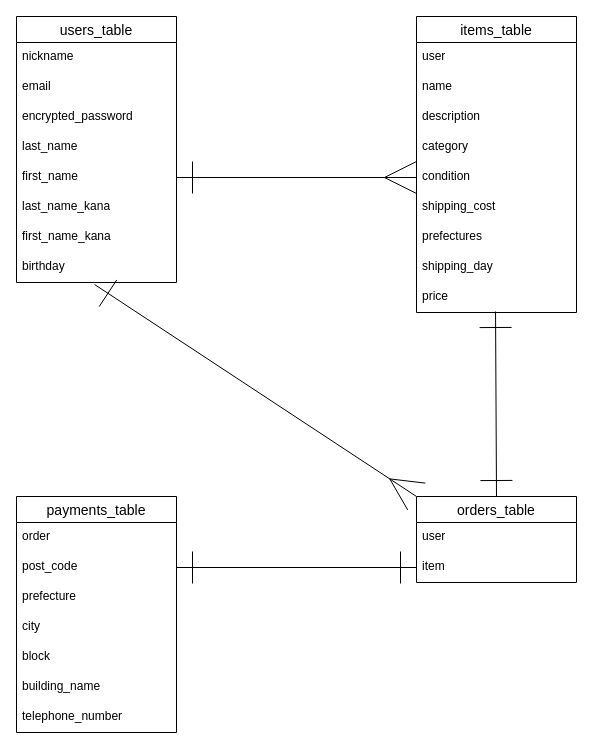
mymai8/furima-38921 keeps this draw.io diagram as er.dio. Above is the earlier version. Source tidied: cells renumbered, new cells numbered last; positions are measured from the earlier drawing's top-left corner, leaving out a move shared by most shapes. Both pictures are drawn from the tidied source at 100%, with x=0, y=0 at pixel (16, 16).
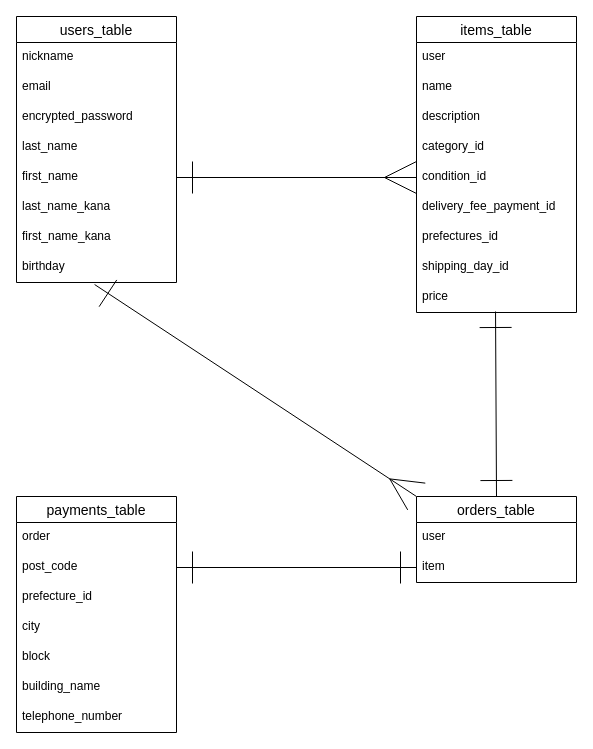
Above is the later version.

Commit message (it also covers changes not shown here):
ED図・READMEの修正3

The change refers to these unchanged cells:
```xml
<mxCell id="11" value="items_table" style="swimlane;fontStyle=0;horizontal=1;startSize=26;align=center;fontSize=14;" parent="1" vertex="1">
  <mxGeometry x="400" width="160" height="296" as="geometry" />
</mxCell>
<mxCell id="22" value="payments_table" style="swimlane;fontStyle=0;horizontal=1;startSize=26;align=center;fontSize=14;" parent="1" vertex="1">
  <mxGeometry y="480" width="160" height="236" as="geometry" />
</mxCell>
```

Change to the diagram source:
```diff
@@
-    <mxCell id="15" value="category" style="text;strokeColor=none;fillColor=none;spacingLeft=4;spacingRight=4;overflow=hidden;fontSize=12;" parent="11" vertex="1">
+    <mxCell id="15" value="category_id" style="text;strokeColor=none;fillColor=none;spacingLeft=4;spacingRight=4;overflow=hidden;fontSize=12;" parent="11" vertex="1">
       <mxGeometry y="116" width="160" height="30" as="geometry" />
     </mxCell>
-    <mxCell id="16" value="condition" style="text;strokeColor=none;fillColor=none;spacingLeft=4;spacingRight=4;overflow=hidden;points=[[0,0.5],[1,0.5]];portConstraint=eastwest;fontSize=12;" parent="11" vertex="1">
+    <mxCell id="16" value="condition_id" style="text;strokeColor=none;fillColor=none;spacingLeft=4;spacingRight=4;overflow=hidden;points=[[0,0.5],[1,0.5]];portConstraint=eastwest;fontSize=12;" parent="11" vertex="1">
       <mxGeometry y="146" width="160" height="30" as="geometry" />
     </mxCell>
-    <mxCell id="17" value="shipping_cost" style="text;strokeColor=none;fillColor=none;spacingLeft=4;spacingRight=4;overflow=hidden;fontSize=12;" parent="11" vertex="1">
+    <mxCell id="17" value="delivery_fee_payment_id" style="text;strokeColor=none;fillColor=none;spacingLeft=4;spacingRight=4;overflow=hidden;fontSize=12;" parent="11" vertex="1">
       <mxGeometry y="176" width="160" height="30" as="geometry" />
     </mxCell>
-    <mxCell id="18" value="prefectures" style="text;strokeColor=none;fillColor=none;spacingLeft=4;spacingRight=4;overflow=hidden;fontSize=12;" parent="11" vertex="1">
+    <mxCell id="18" value="prefectures_id" style="text;strokeColor=none;fillColor=none;spacingLeft=4;spacingRight=4;overflow=hidden;fontSize=12;" parent="11" vertex="1">
       <mxGeometry y="206" width="160" height="30" as="geometry" />
     </mxCell>
-    <mxCell id="19" value="shipping_day" style="text;strokeColor=none;fillColor=none;spacingLeft=4;spacingRight=4;overflow=hidden;fontSize=12;" parent="11" vertex="1">
+    <mxCell id="19" value="shipping_day_id" style="text;strokeColor=none;fillColor=none;spacingLeft=4;spacingRight=4;overflow=hidden;fontSize=12;" parent="11" vertex="1">
       <mxGeometry y="236" width="160" height="30" as="geometry" />
     </mxCell>
@@
-    <mxCell id="25" value="prefecture" style="text;strokeColor=none;fillColor=none;spacingLeft=4;spacingRight=4;overflow=hidden;fontSize=12;" parent="22" vertex="1">
+    <mxCell id="25" value="prefecture_id" style="text;strokeColor=none;fillColor=none;spacingLeft=4;spacingRight=4;overflow=hidden;fontSize=12;" parent="22" vertex="1">
       <mxGeometry y="86" width="160" height="30" as="geometry" />
     </mxCell>
```
